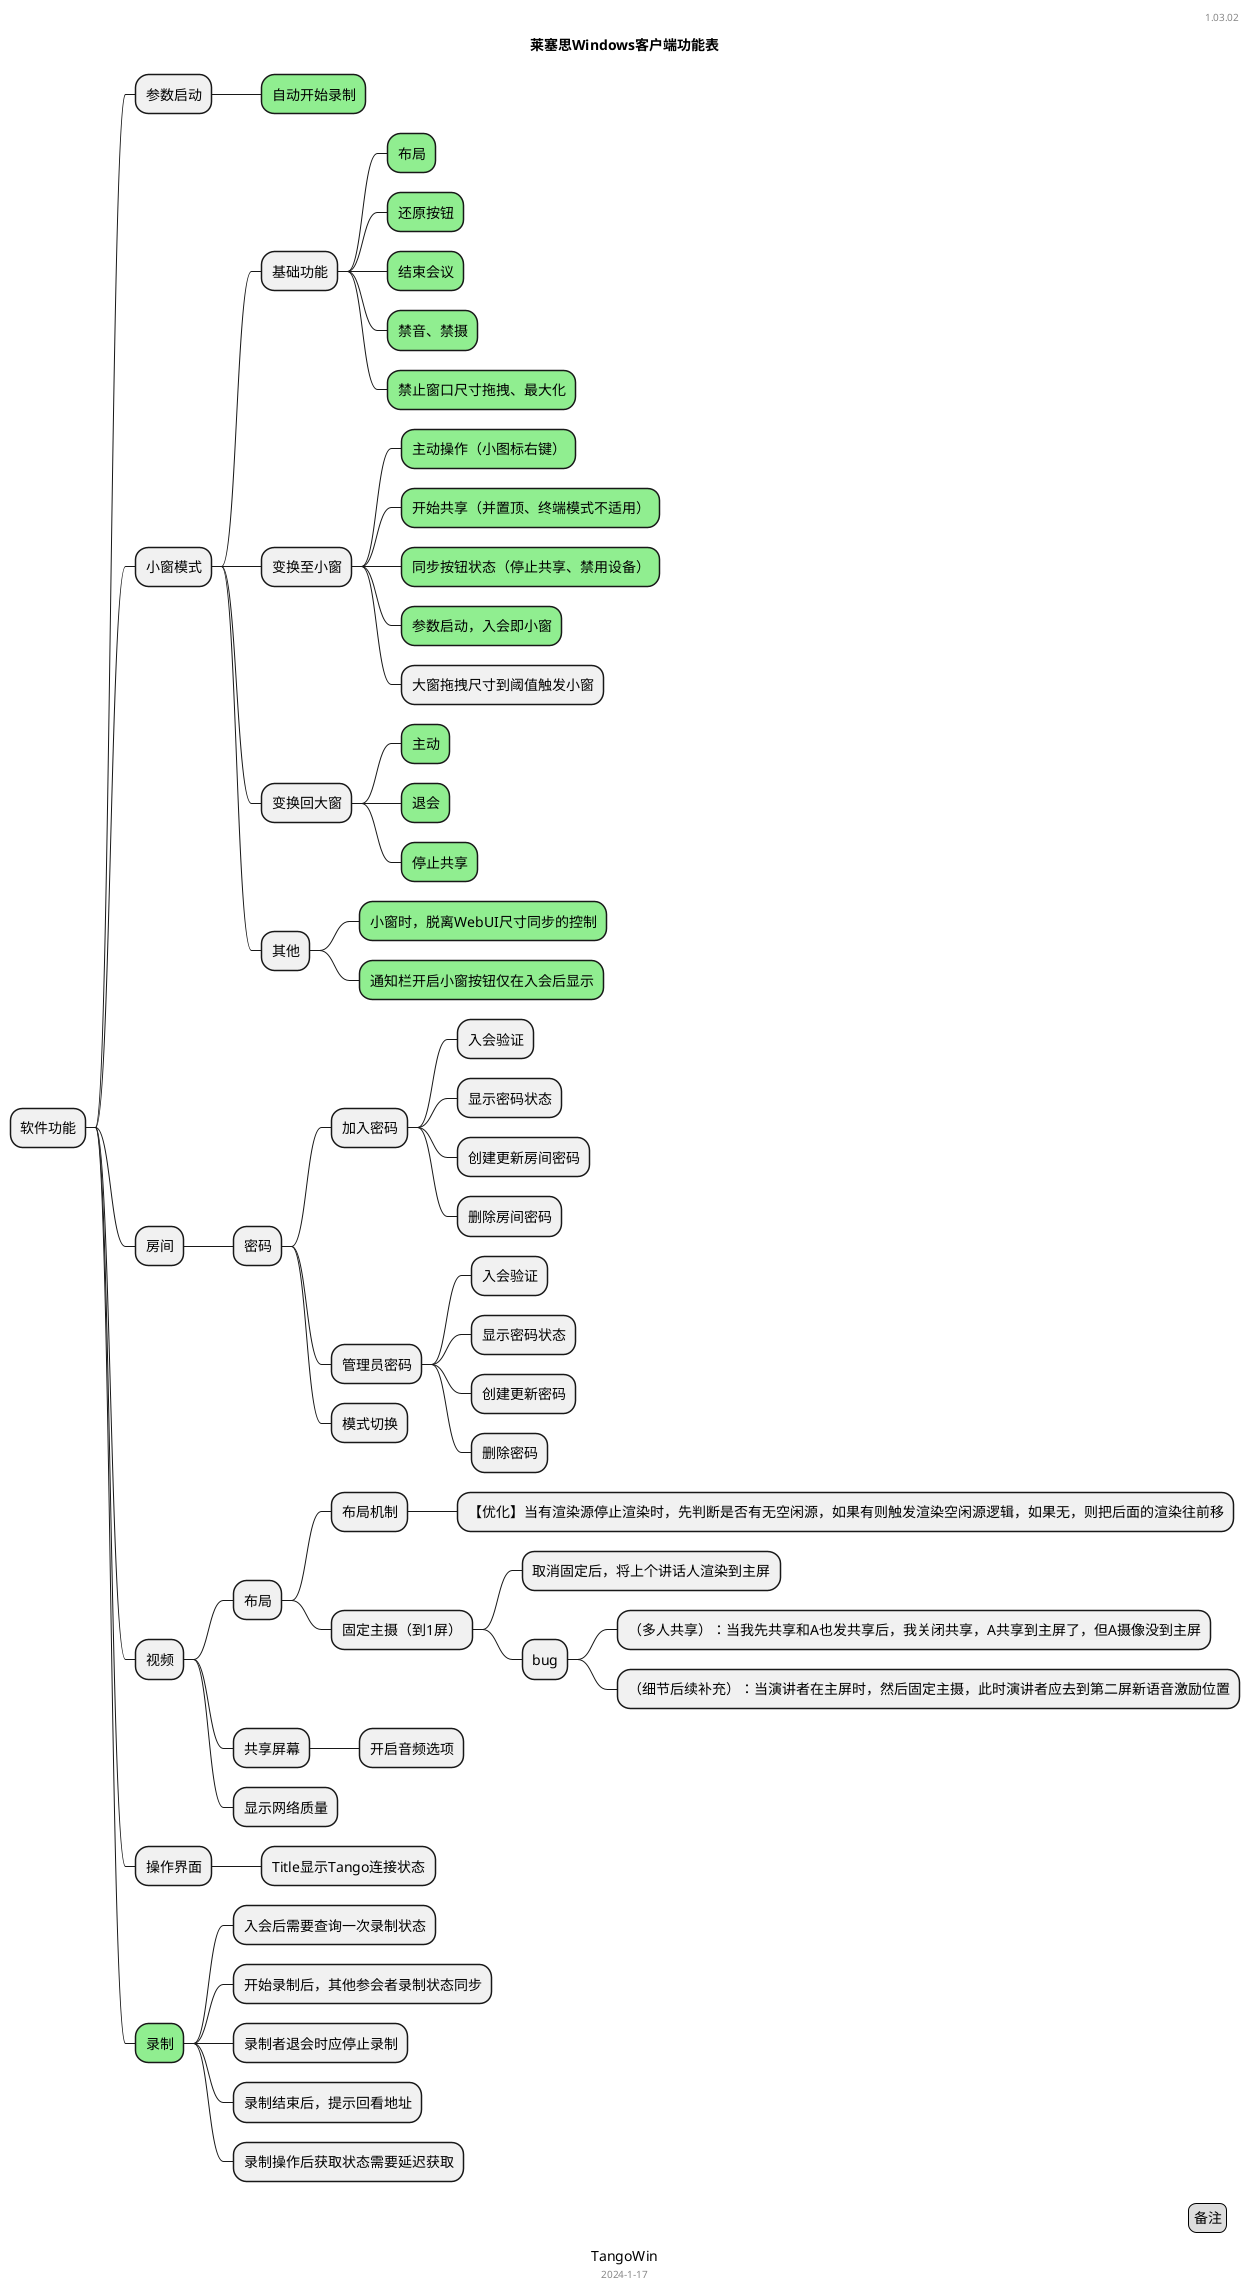
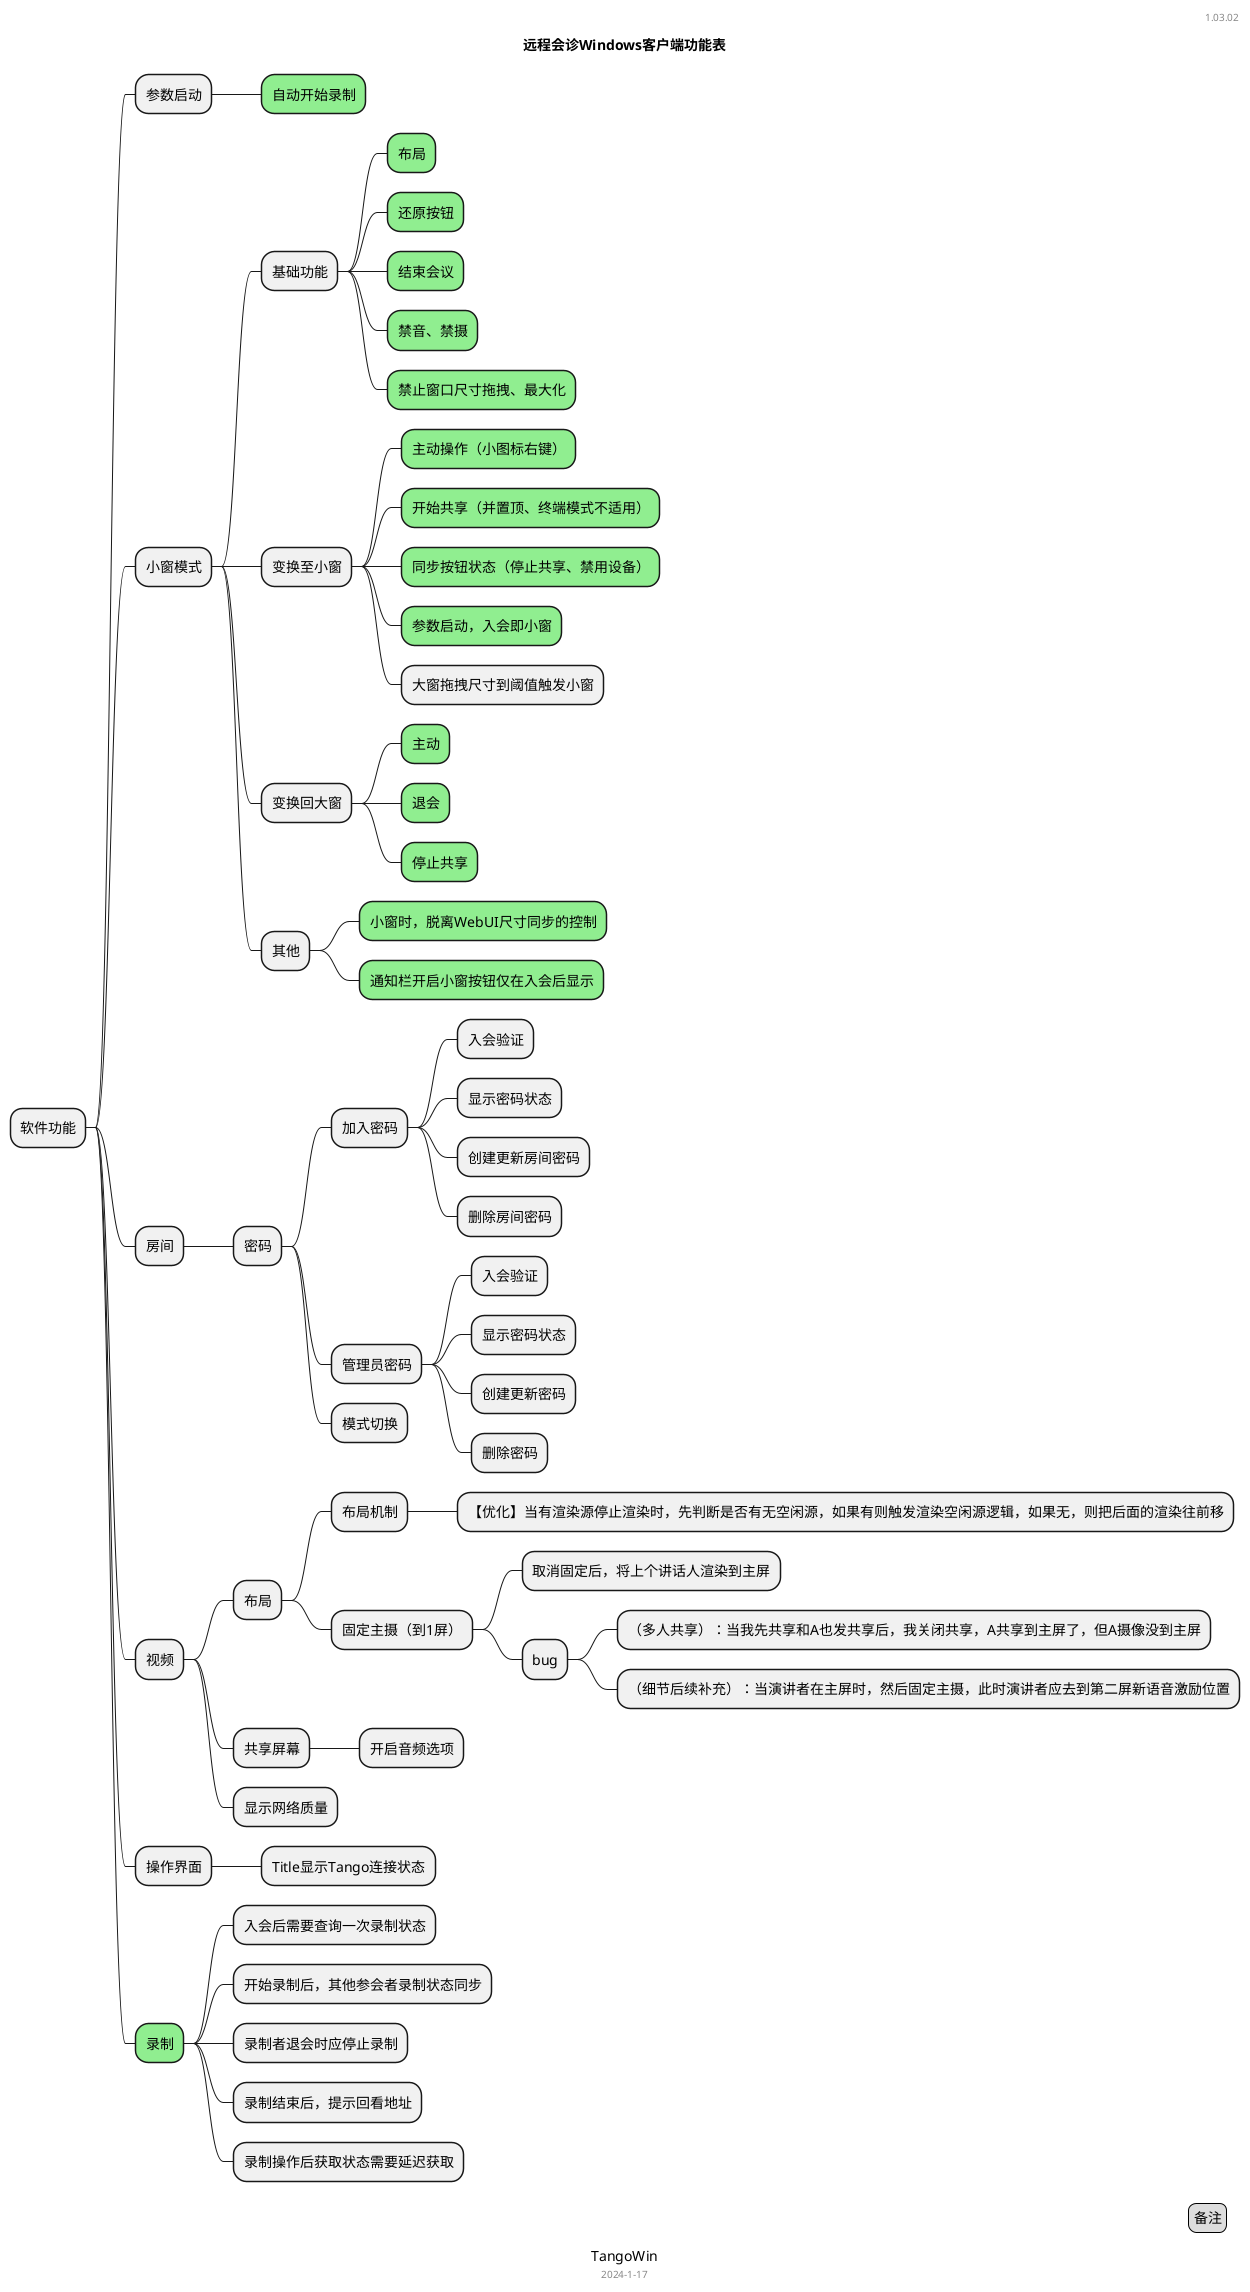
﻿@startmindmap
'https://plantuml.com/mindmap-diagram

- title 莱塞思Windows客户端功能表
+ title 远程会诊Windows客户端功能表

header
1.03.02
endheader

* 软件功能

** 参数启动
***[#lightgreen] 自动开始录制

** 小窗模式
*** 基础功能
****[#lightgreen] 布局
****[#lightgreen] 还原按钮
****[#lightgreen] 结束会议
****[#lightgreen] 禁音、禁摄
****[#lightgreen] 禁止窗口尺寸拖拽、最大化
*** 变换至小窗
****[#lightgreen] 主动操作（小图标右键）
****[#lightgreen] 开始共享（并置顶、终端模式不适用）
****[#lightgreen] 同步按钮状态（停止共享、禁用设备）
****[#lightgreen] 参数启动，入会即小窗
**** 大窗拖拽尺寸到阈值触发小窗
*** 变换回大窗
****[#lightgreen] 主动
****[#lightgreen] 退会
****[#lightgreen] 停止共享
*** 其他
****[#lightgreen] 小窗时，脱离WebUI尺寸同步的控制
****[#lightgreen] 通知栏开启小窗按钮仅在入会后显示

** 房间
*** 密码
**** 加入密码
***** 入会验证
***** 显示密码状态
***** 创建更新房间密码
***** 删除房间密码
**** 管理员密码
***** 入会验证
***** 显示密码状态
***** 创建更新密码
***** 删除密码
**** 模式切换

** 视频
*** 布局
**** 布局机制
***** 【优化】当有渲染源停止渲染时，先判断是否有无空闲源，如果有则触发渲染空闲源逻辑，如果无，则把后面的渲染往前移
**** 固定主摄（到1屏）
***** 取消固定后，将上个讲话人渲染到主屏
***** bug
****** （多人共享）：当我先共享和A也发共享后，我关闭共享，A共享到主屏了，但A摄像没到主屏
****** （细节后续补充）：当演讲者在主屏时，然后固定主摄，此时演讲者应去到第二屏新语音激励位置
*** 共享屏幕
**** 开启音频选项
*** 显示网络质量

** 操作界面
*** Title显示Tango连接状态

**[#lightgreen] 录制
*** 入会后需要查询一次录制状态
*** 开始录制后，其他参会者录制状态同步
*** 录制者退会时应停止录制
*** 录制结束后，提示回看地址
*** 录制操作后获取状态需要延迟获取

caption TangoWin
center footer 2024-1-17

legend right
  备注
endlegend
@endmindmap
